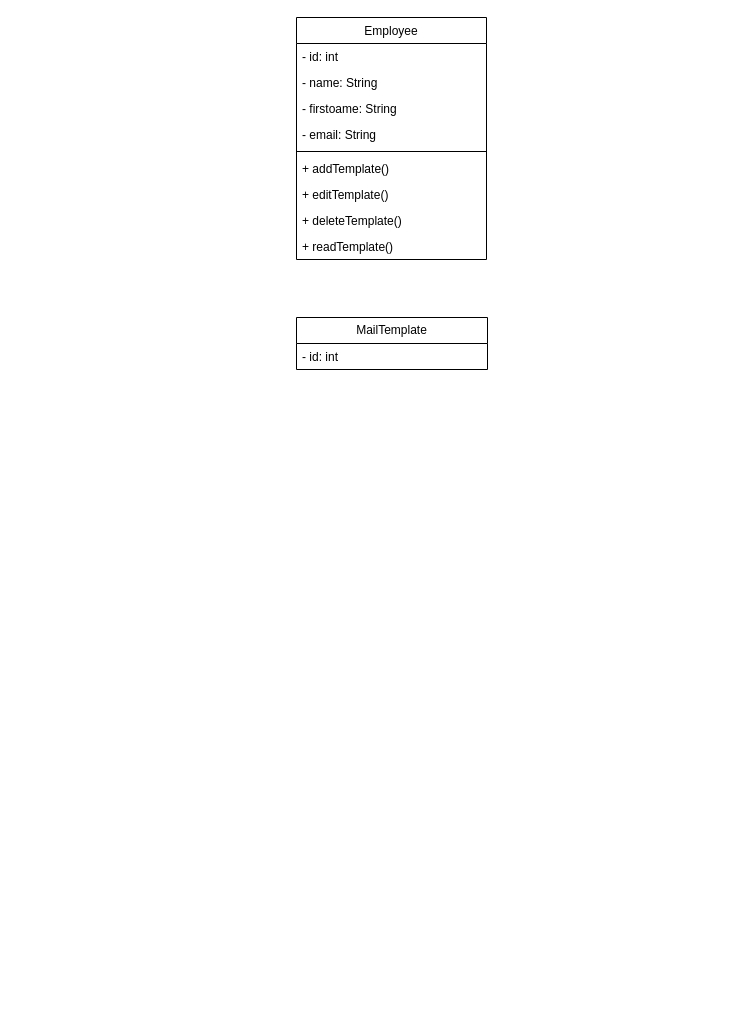
The draw.io diagram DiagrammeClasse.drawio in Paulilinaire/UML, before the edit. Source tidied: cells renumbered, new cells numbered last; positions are measured from the earlier drawing's top-left corner, leaving out a move shared by most shapes. Both pictures are drawn from the tidied source at 100%, with x=0, y=0 at pixel (296, 17).
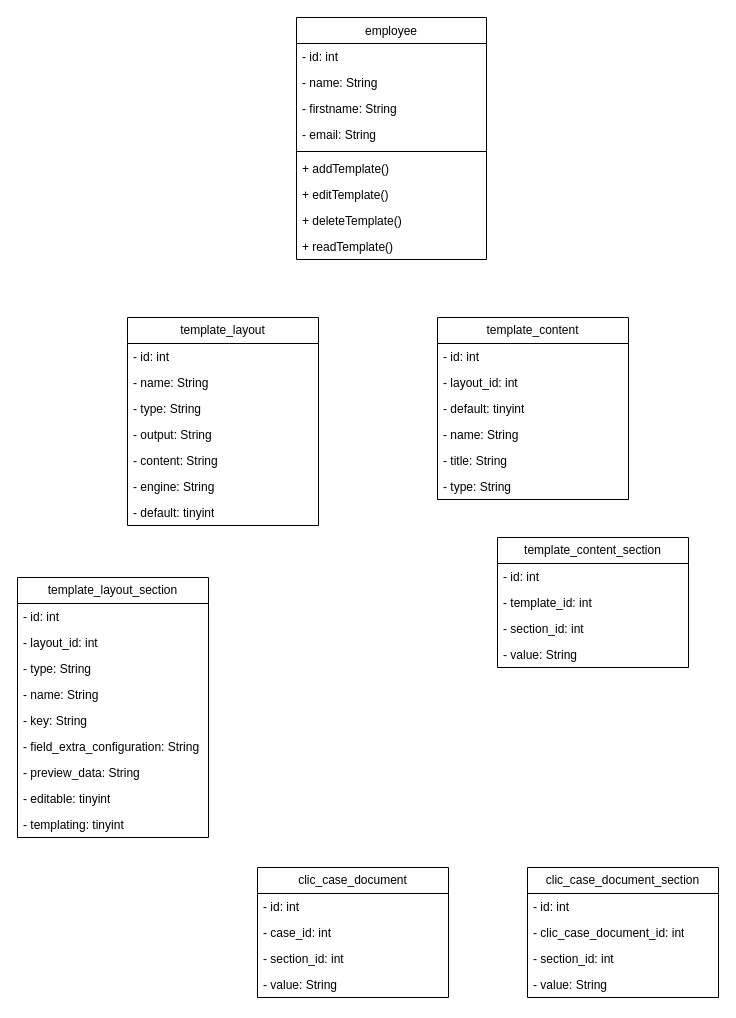
After the change.

Commit message:
Mettre à jour DiagrammeClasse.drawio

Diff of the diagram source:
```diff
@@
-    <mxCell id="2" value="MailTemplate" style="swimlane;fontStyle=0;horizontal=1;startSize=26;fillColor=none;whiteSpace=wrap;html=1;" parent="1" vertex="1">
-      <mxGeometry y="300" width="191" height="52" as="geometry" />
+    <mxCell id="2" value="template_content" style="swimlane;fontStyle=0;horizontal=1;startSize=26;fillColor=none;whiteSpace=wrap;html=1;" parent="1" vertex="1">
+      <mxGeometry x="141" y="300" width="191" height="182" as="geometry" />
     </mxCell>
@@
+    <mxCell id="14" value="- layout_id: int" style="text;strokeColor=none;fillColor=none;align=left;verticalAlign=top;spacingLeft=4;spacingRight=4;overflow=hidden;whiteSpace=wrap;html=1;" parent="2" vertex="1">
+      <mxGeometry y="52" width="191" height="26" as="geometry" />
+    </mxCell>
+    <mxCell id="15" value="- default: tinyint" style="text;strokeColor=none;fillColor=none;align=left;verticalAlign=top;spacingLeft=4;spacingRight=4;overflow=hidden;whiteSpace=wrap;html=1;" parent="2" vertex="1">
+      <mxGeometry y="78" width="191" height="26" as="geometry" />
+    </mxCell>
+    <mxCell id="16" value="- name: String" style="text;strokeColor=none;fillColor=none;align=left;verticalAlign=top;spacingLeft=4;spacingRight=4;overflow=hidden;whiteSpace=wrap;html=1;" parent="2" vertex="1">
+      <mxGeometry y="104" width="191" height="26" as="geometry" />
+    </mxCell>
+    <mxCell id="17" value="- title: String" style="text;strokeColor=none;fillColor=none;align=left;verticalAlign=top;spacingLeft=4;spacingRight=4;overflow=hidden;whiteSpace=wrap;html=1;" parent="2" vertex="1">
+      <mxGeometry y="130" width="191" height="26" as="geometry" />
+    </mxCell>
+    <mxCell id="18" value="- type: String" style="text;strokeColor=none;fillColor=none;align=left;verticalAlign=top;spacingLeft=4;spacingRight=4;overflow=hidden;whiteSpace=wrap;html=1;" parent="2" vertex="1">
+      <mxGeometry y="156" width="191" height="26" as="geometry" />
+    </mxCell>
-    <mxCell id="4" value="&lt;span style=&quot;font-weight: 400;&quot;&gt;Employee&lt;/span&gt;" style="swimlane;fontStyle=1;align=center;verticalAlign=top;horizontal=1;startSize=26;whiteSpace=wrap;html=1;" parent="1" vertex="1">
+    <mxCell id="4" value="&lt;span style=&quot;font-weight: 400;&quot;&gt;employee&lt;/span&gt;" style="swimlane;fontStyle=1;align=center;verticalAlign=top;horizontal=1;startSize=26;whiteSpace=wrap;html=1;" parent="1" vertex="1">
       <mxGeometry width="190" height="242" as="geometry" />
     </mxCell>
@@
-    <mxCell id="7" value="- firstoame: String" style="text;strokeColor=none;fillColor=none;align=left;verticalAlign=top;spacingLeft=4;spacingRight=4;overflow=hidden;whiteSpace=wrap;html=1;" parent="4" vertex="1">
+    <mxCell id="7" value="- firstname: String" style="text;strokeColor=none;fillColor=none;align=left;verticalAlign=top;spacingLeft=4;spacingRight=4;overflow=hidden;whiteSpace=wrap;html=1;" parent="4" vertex="1">
       <mxGeometry y="78" width="190" height="26" as="geometry" />
     </mxCell>
@@
+    <mxCell id="19" value="template_layout" style="swimlane;fontStyle=0;horizontal=1;startSize=26;fillColor=none;whiteSpace=wrap;html=1;" parent="1" vertex="1">
+      <mxGeometry x="-169" y="300" width="191" height="208" as="geometry" />
+    </mxCell>
+    <mxCell id="20" value="- id: int" style="text;strokeColor=none;fillColor=none;align=left;verticalAlign=top;spacingLeft=4;spacingRight=4;overflow=hidden;whiteSpace=wrap;html=1;" parent="19" vertex="1">
+      <mxGeometry y="26" width="191" height="26" as="geometry" />
+    </mxCell>
+    <mxCell id="21" value="- name: String" style="text;strokeColor=none;fillColor=none;align=left;verticalAlign=top;spacingLeft=4;spacingRight=4;overflow=hidden;whiteSpace=wrap;html=1;" parent="19" vertex="1">
+      <mxGeometry y="52" width="191" height="26" as="geometry" />
+    </mxCell>
+    <mxCell id="22" value="- type: String" style="text;strokeColor=none;fillColor=none;align=left;verticalAlign=top;spacingLeft=4;spacingRight=4;overflow=hidden;whiteSpace=wrap;html=1;" parent="19" vertex="1">
+      <mxGeometry y="78" width="191" height="26" as="geometry" />
+    </mxCell>
+    <mxCell id="23" value="- output: String" style="text;strokeColor=none;fillColor=none;align=left;verticalAlign=top;spacingLeft=4;spacingRight=4;overflow=hidden;whiteSpace=wrap;html=1;" parent="19" vertex="1">
+      <mxGeometry y="104" width="191" height="26" as="geometry" />
+    </mxCell>
+    <mxCell id="24" value="- content: String" style="text;strokeColor=none;fillColor=none;align=left;verticalAlign=top;spacingLeft=4;spacingRight=4;overflow=hidden;whiteSpace=wrap;html=1;" parent="19" vertex="1">
+      <mxGeometry y="130" width="191" height="26" as="geometry" />
+    </mxCell>
+    <mxCell id="25" value="- engine: String" style="text;strokeColor=none;fillColor=none;align=left;verticalAlign=top;spacingLeft=4;spacingRight=4;overflow=hidden;whiteSpace=wrap;html=1;" parent="19" vertex="1">
+      <mxGeometry y="156" width="191" height="26" as="geometry" />
+    </mxCell>
+    <mxCell id="26" value="- default: tinyint" style="text;strokeColor=none;fillColor=none;align=left;verticalAlign=top;spacingLeft=4;spacingRight=4;overflow=hidden;whiteSpace=wrap;html=1;" parent="19" vertex="1">
+      <mxGeometry y="182" width="191" height="26" as="geometry" />
+    </mxCell>
+    <mxCell id="27" value="template_layout_section" style="swimlane;fontStyle=0;horizontal=1;startSize=26;fillColor=none;whiteSpace=wrap;html=1;" parent="1" vertex="1">
+      <mxGeometry x="-279" y="560" width="191" height="260" as="geometry" />
+    </mxCell>
+    <mxCell id="28" value="- id: int" style="text;strokeColor=none;fillColor=none;align=left;verticalAlign=top;spacingLeft=4;spacingRight=4;overflow=hidden;whiteSpace=wrap;html=1;" parent="27" vertex="1">
+      <mxGeometry y="26" width="191" height="26" as="geometry" />
+    </mxCell>
+    <mxCell id="29" value="- layout_id: int" style="text;strokeColor=none;fillColor=none;align=left;verticalAlign=top;spacingLeft=4;spacingRight=4;overflow=hidden;whiteSpace=wrap;html=1;" parent="27" vertex="1">
+      <mxGeometry y="52" width="191" height="26" as="geometry" />
+    </mxCell>
+    <mxCell id="30" value="- type: String" style="text;strokeColor=none;fillColor=none;align=left;verticalAlign=top;spacingLeft=4;spacingRight=4;overflow=hidden;whiteSpace=wrap;html=1;" parent="27" vertex="1">
+      <mxGeometry y="78" width="191" height="26" as="geometry" />
+    </mxCell>
+    <mxCell id="31" value="- name: String" style="text;strokeColor=none;fillColor=none;align=left;verticalAlign=top;spacingLeft=4;spacingRight=4;overflow=hidden;whiteSpace=wrap;html=1;" parent="27" vertex="1">
+      <mxGeometry y="104" width="191" height="26" as="geometry" />
+    </mxCell>
+    <mxCell id="32" value="- key: String" style="text;strokeColor=none;fillColor=none;align=left;verticalAlign=top;spacingLeft=4;spacingRight=4;overflow=hidden;whiteSpace=wrap;html=1;" parent="27" vertex="1">
+      <mxGeometry y="130" width="191" height="26" as="geometry" />
+    </mxCell>
+    <mxCell id="33" value="- field_extra_configuration: String" style="text;strokeColor=none;fillColor=none;align=left;verticalAlign=top;spacingLeft=4;spacingRight=4;overflow=hidden;whiteSpace=wrap;html=1;" parent="27" vertex="1">
+      <mxGeometry y="156" width="191" height="26" as="geometry" />
+    </mxCell>
+    <mxCell id="34" value="- preview_data: String" style="text;strokeColor=none;fillColor=none;align=left;verticalAlign=top;spacingLeft=4;spacingRight=4;overflow=hidden;whiteSpace=wrap;html=1;" parent="27" vertex="1">
+      <mxGeometry y="182" width="191" height="26" as="geometry" />
+    </mxCell>
+    <mxCell id="35" value="- editable: tinyint" style="text;strokeColor=none;fillColor=none;align=left;verticalAlign=top;spacingLeft=4;spacingRight=4;overflow=hidden;whiteSpace=wrap;html=1;" parent="27" vertex="1">
+      <mxGeometry y="208" width="191" height="26" as="geometry" />
+    </mxCell>
+    <mxCell id="36" value="- templating: tinyint" style="text;strokeColor=none;fillColor=none;align=left;verticalAlign=top;spacingLeft=4;spacingRight=4;overflow=hidden;whiteSpace=wrap;html=1;" parent="27" vertex="1">
+      <mxGeometry y="234" width="191" height="26" as="geometry" />
+    </mxCell>
+    <mxCell id="37" value="template_content_section" style="swimlane;fontStyle=0;horizontal=1;startSize=26;fillColor=none;whiteSpace=wrap;html=1;" parent="1" vertex="1">
+      <mxGeometry x="201" y="520" width="191" height="130" as="geometry" />
+    </mxCell>
+    <mxCell id="38" value="- id: int" style="text;strokeColor=none;fillColor=none;align=left;verticalAlign=top;spacingLeft=4;spacingRight=4;overflow=hidden;whiteSpace=wrap;html=1;" parent="37" vertex="1">
+      <mxGeometry y="26" width="191" height="26" as="geometry" />
+    </mxCell>
+    <mxCell id="39" value="- template_id: int" style="text;strokeColor=none;fillColor=none;align=left;verticalAlign=top;spacingLeft=4;spacingRight=4;overflow=hidden;whiteSpace=wrap;html=1;" parent="37" vertex="1">
+      <mxGeometry y="52" width="191" height="26" as="geometry" />
+    </mxCell>
+    <mxCell id="40" value="- section_id: int" style="text;strokeColor=none;fillColor=none;align=left;verticalAlign=top;spacingLeft=4;spacingRight=4;overflow=hidden;whiteSpace=wrap;html=1;" parent="37" vertex="1">
+      <mxGeometry y="78" width="191" height="26" as="geometry" />
+    </mxCell>
+    <mxCell id="41" value="- value: String" style="text;strokeColor=none;fillColor=none;align=left;verticalAlign=top;spacingLeft=4;spacingRight=4;overflow=hidden;whiteSpace=wrap;html=1;" parent="37" vertex="1">
+      <mxGeometry y="104" width="191" height="26" as="geometry" />
+    </mxCell>
+    <mxCell id="42" value="clic_case_document" style="swimlane;fontStyle=0;horizontal=1;startSize=26;fillColor=none;whiteSpace=wrap;html=1;" parent="1" vertex="1">
+      <mxGeometry x="-39" y="850" width="191" height="130" as="geometry" />
+    </mxCell>
+    <mxCell id="43" value="- id: int" style="text;strokeColor=none;fillColor=none;align=left;verticalAlign=top;spacingLeft=4;spacingRight=4;overflow=hidden;whiteSpace=wrap;html=1;" parent="42" vertex="1">
+      <mxGeometry y="26" width="191" height="26" as="geometry" />
+    </mxCell>
+    <mxCell id="44" value="- case_id: int" style="text;strokeColor=none;fillColor=none;align=left;verticalAlign=top;spacingLeft=4;spacingRight=4;overflow=hidden;whiteSpace=wrap;html=1;" parent="42" vertex="1">
+      <mxGeometry y="52" width="191" height="26" as="geometry" />
+    </mxCell>
+    <mxCell id="45" value="- section_id: int" style="text;strokeColor=none;fillColor=none;align=left;verticalAlign=top;spacingLeft=4;spacingRight=4;overflow=hidden;whiteSpace=wrap;html=1;" parent="42" vertex="1">
+      <mxGeometry y="78" width="191" height="26" as="geometry" />
+    </mxCell>
+    <mxCell id="46" value="- value: String" style="text;strokeColor=none;fillColor=none;align=left;verticalAlign=top;spacingLeft=4;spacingRight=4;overflow=hidden;whiteSpace=wrap;html=1;" parent="42" vertex="1">
+      <mxGeometry y="104" width="191" height="26" as="geometry" />
+    </mxCell>
+    <mxCell id="47" value="clic_case_document_section" style="swimlane;fontStyle=0;horizontal=1;startSize=26;fillColor=none;whiteSpace=wrap;html=1;" parent="1" vertex="1">
+      <mxGeometry x="231" y="850" width="191" height="130" as="geometry" />
+    </mxCell>
+    <mxCell id="48" value="- id: int" style="text;strokeColor=none;fillColor=none;align=left;verticalAlign=top;spacingLeft=4;spacingRight=4;overflow=hidden;whiteSpace=wrap;html=1;" parent="47" vertex="1">
+      <mxGeometry y="26" width="191" height="26" as="geometry" />
+    </mxCell>
+    <mxCell id="49" value="- clic_case_document_id: int" style="text;strokeColor=none;fillColor=none;align=left;verticalAlign=top;spacingLeft=4;spacingRight=4;overflow=hidden;whiteSpace=wrap;html=1;" parent="47" vertex="1">
+      <mxGeometry y="52" width="191" height="26" as="geometry" />
+    </mxCell>
+    <mxCell id="50" value="- section_id: int" style="text;strokeColor=none;fillColor=none;align=left;verticalAlign=top;spacingLeft=4;spacingRight=4;overflow=hidden;whiteSpace=wrap;html=1;" parent="47" vertex="1">
+      <mxGeometry y="78" width="191" height="26" as="geometry" />
+    </mxCell>
+    <mxCell id="51" value="- value: String" style="text;strokeColor=none;fillColor=none;align=left;verticalAlign=top;spacingLeft=4;spacingRight=4;overflow=hidden;whiteSpace=wrap;html=1;" parent="47" vertex="1">
+      <mxGeometry y="104" width="191" height="26" as="geometry" />
+    </mxCell>
```
